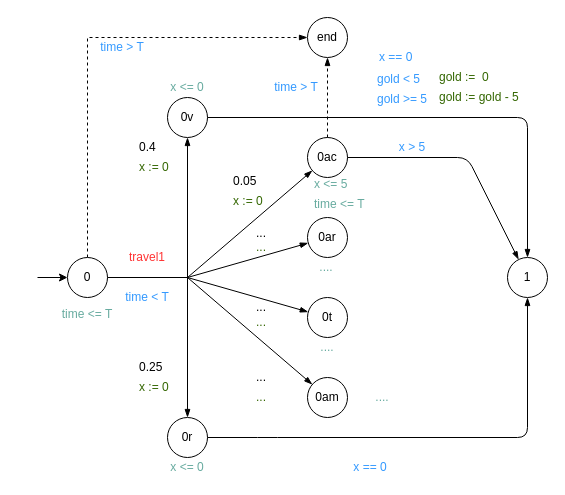
The draw.io diagram doc/img/simple_model_pta_event.drawio in Reynault/Model_Checking, before the edit. Source tidied: cells renumbered, new cells numbered last; positions are measured from the earlier drawing's top-left corner, leaving out a move shared by most shapes. Both pictures are drawn from the tidied source at 100%, with x=0, y=0 at pixel (37, 17).
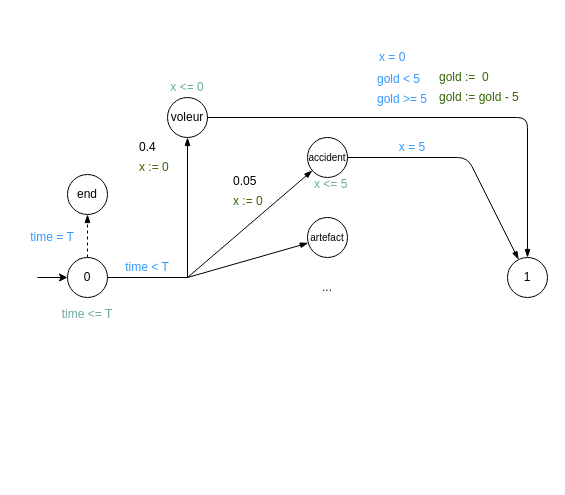
The same diagram, later.

Unchanged cells that the change refers to:
```xml
<mxCell id="3" value="0" style="ellipse;whiteSpace=wrap;html=1;" parent="1" vertex="1">
  <mxGeometry x="30" y="240" width="40" height="40" as="geometry" />
</mxCell>
<mxCell id="26" value="1" style="ellipse;whiteSpace=wrap;html=1;" parent="1" vertex="1">
  <mxGeometry x="470" y="240" width="40" height="40" as="geometry" />
</mxCell>
```

What changed in the source:
```diff
@@
     <mxCell id="2" style="edgeStyle=orthogonalEdgeStyle;rounded=0;jettySize=auto;html=1;dashed=1;endArrow=blockThin;endFill=1;fontColor=#336600;" parent="1" edge="1" source="3" target="36">
       <mxGeometry relative="1" as="geometry">
         <Array as="points">
-          <mxPoint x="50" y="20" />
+          <mxPoint x="50" y="200" />
+          <mxPoint x="50" y="200" />
         </Array>
       </mxGeometry>
     </mxCell>
@@
-    <mxCell id="6" value="travel1" style="text;html=1;strokeColor=none;fillColor=none;align=center;verticalAlign=middle;whiteSpace=wrap;rounded=0;fontColor=#FF3333;" parent="1" vertex="1">
-      <mxGeometry x="90" y="230" width="40" height="20" as="geometry" />
-    </mxCell>
@@
-    <mxCell id="10" style="endArrow=blockThin;html=1;endFill=1;" parent="1" edge="1" target="16">
-      <mxGeometry relative="1" as="geometry">
-        <mxPoint x="150" y="260" as="sourcePoint" />
-      </mxGeometry>
-    </mxCell>
-    <mxCell id="11" style="endArrow=blockThin;html=1;endFill=1;" parent="1" edge="1" target="18">
-      <mxGeometry relative="1" as="geometry">
-        <mxPoint x="150" y="260" as="sourcePoint" />
-      </mxGeometry>
-    </mxCell>
-    <mxCell id="12" style="endArrow=blockThin;html=1;endFill=1;" parent="1" edge="1" target="17">
-      <mxGeometry relative="1" as="geometry">
-        <mxPoint x="150" y="260" as="sourcePoint" />
-      </mxGeometry>
-    </mxCell>
-    <mxCell id="13" value="0v" style="ellipse;whiteSpace=wrap;html=1;" parent="1" vertex="1">
+    <mxCell id="13" value="voleur" style="ellipse;whiteSpace=wrap;html=1;" parent="1" vertex="1">
       <mxGeometry x="130" y="80" width="40" height="40" as="geometry" />
     </mxCell>
-    <mxCell id="14" value="0ac" style="ellipse;whiteSpace=wrap;html=1;" parent="1" vertex="1">
+    <mxCell id="14" value="accident" style="ellipse;whiteSpace=wrap;html=1;fontSize=10;" parent="1" vertex="1">
       <mxGeometry x="270" y="120" width="40" height="40" as="geometry" />
     </mxCell>
-    <mxCell id="15" value="0ar" style="ellipse;whiteSpace=wrap;html=1;" parent="1" vertex="1">
+    <mxCell id="15" value="artefact" style="ellipse;whiteSpace=wrap;html=1;fontSize=10;" parent="1" vertex="1">
       <mxGeometry x="270" y="200" width="40" height="40" as="geometry" />
     </mxCell>
-    <mxCell id="16" value="0t" style="ellipse;whiteSpace=wrap;html=1;" parent="1" vertex="1">
-      <mxGeometry x="270" y="280" width="40" height="40" as="geometry" />
-    </mxCell>
-    <mxCell id="17" value="0am" style="ellipse;whiteSpace=wrap;html=1;" parent="1" vertex="1">
-      <mxGeometry x="270" y="360" width="40" height="40" as="geometry" />
-    </mxCell>
-    <mxCell id="18" value="0r" style="ellipse;whiteSpace=wrap;html=1;" parent="1" vertex="1">
-      <mxGeometry x="130" y="400" width="40" height="40" as="geometry" />
-    </mxCell>
@@
-    <mxCell id="21" value="..." style="text;html=1;strokeColor=none;fillColor=none;align=center;verticalAlign=middle;whiteSpace=wrap;rounded=0;" parent="1" vertex="1">
-      <mxGeometry x="204" y="206" width="40" height="20" as="geometry" />
-    </mxCell>
-    <mxCell id="22" value="..." style="text;html=1;strokeColor=none;fillColor=none;align=center;verticalAlign=middle;whiteSpace=wrap;rounded=0;" parent="1" vertex="1">
-      <mxGeometry x="204" y="280" width="40" height="20" as="geometry" />
-    </mxCell>
-    <mxCell id="23" value="..." style="text;html=1;strokeColor=none;fillColor=none;align=center;verticalAlign=middle;whiteSpace=wrap;rounded=0;" parent="1" vertex="1">
-      <mxGeometry x="204" y="350" width="40" height="20" as="geometry" />
-    </mxCell>
-    <mxCell id="24" value="0.25" style="text;html=1;strokeColor=none;fillColor=none;align=left;verticalAlign=middle;whiteSpace=wrap;rounded=0;" parent="1" vertex="1">
-      <mxGeometry x="100" y="340" width="40" height="20" as="geometry" />
-    </mxCell>
     <mxCell id="25" value="time &amp;lt; T" style="text;html=1;strokeColor=none;fillColor=none;align=center;verticalAlign=middle;whiteSpace=wrap;rounded=0;fontColor=#3399FF;" parent="1" vertex="1">
-      <mxGeometry x="85" y="270" width="50" height="20" as="geometry" />
+      <mxGeometry x="85" y="240" width="50" height="20" as="geometry" />
     </mxCell>
@@
-    <mxCell id="28" style="endArrow=blockThin;html=1;endFill=1;" parent="1" edge="1" source="18" target="26">
-      <mxGeometry relative="1" as="geometry">
-        <Array as="points">
-          <mxPoint x="230" y="420" />
-          <mxPoint x="490" y="420" />
-        </Array>
-      </mxGeometry>
-    </mxCell>
@@
-    <mxCell id="30" value="x == 0" style="text;html=1;strokeColor=none;fillColor=none;align=left;verticalAlign=middle;whiteSpace=wrap;rounded=0;fontColor=#3399FF;" parent="1" vertex="1">
+    <mxCell id="30" value="x = 0" style="text;html=1;strokeColor=none;fillColor=none;align=left;verticalAlign=middle;whiteSpace=wrap;rounded=0;fontColor=#3399FF;" parent="1" vertex="1">
       <mxGeometry x="340" y="30" width="40" height="20" as="geometry" />
     </mxCell>
@@
-    <mxCell id="32" value="x &amp;gt; 5" style="text;html=1;strokeColor=none;fillColor=none;align=center;verticalAlign=middle;whiteSpace=wrap;rounded=0;fontColor=#3399FF;" parent="1" vertex="1">
+    <mxCell id="32" value="x = 5" style="text;html=1;strokeColor=none;fillColor=none;align=center;verticalAlign=middle;whiteSpace=wrap;rounded=0;fontColor=#3399FF;" parent="1" vertex="1">
       <mxGeometry x="340" y="120" width="70" height="20" as="geometry" />
     </mxCell>
@@
-    <mxCell id="35" value="time &amp;lt;= T" style="text;html=1;strokeColor=none;fillColor=none;align=left;verticalAlign=middle;whiteSpace=wrap;rounded=0;fontColor=#67AB9F;" parent="1" vertex="1">
-      <mxGeometry x="275" y="177" width="70" height="20" as="geometry" />
-    </mxCell>
     <mxCell id="36" value="end" style="ellipse;whiteSpace=wrap;html=1;" parent="1" vertex="1">
-      <mxGeometry x="270" width="40" height="40" as="geometry" />
+      <mxGeometry x="30" y="157" width="40" height="40" as="geometry" />
     </mxCell>
-    <mxCell id="37" style="endArrow=blockThin;html=1;endFill=1;dashed=1;" parent="1" edge="1" source="14" target="36">
-      <mxGeometry relative="1" as="geometry" />
-    </mxCell>
@@
-    <mxCell id="39" value="time &amp;gt; T" style="text;html=1;strokeColor=none;fillColor=none;align=center;verticalAlign=middle;whiteSpace=wrap;rounded=0;fontColor=#3399FF;" parent="1" vertex="1">
-      <mxGeometry x="50" y="20" width="70" height="20" as="geometry" />
+    <mxCell id="39" value="time = T" style="text;html=1;strokeColor=none;fillColor=none;align=center;verticalAlign=middle;whiteSpace=wrap;rounded=0;fontColor=#3399FF;" parent="1" vertex="1">
+      <mxGeometry x="-20" y="210" width="70" height="20" as="geometry" />
     </mxCell>
-    <mxCell id="40" value="time &amp;gt; T" style="text;html=1;strokeColor=none;fillColor=none;align=center;verticalAlign=middle;whiteSpace=wrap;rounded=0;fontColor=#3399FF;" parent="1" vertex="1">
-      <mxGeometry x="224" y="60" width="70" height="20" as="geometry" />
-    </mxCell>
@@
-    <mxCell id="43" value="..." style="text;html=1;strokeColor=none;fillColor=none;align=center;verticalAlign=middle;whiteSpace=wrap;rounded=0;labelBackgroundColor=none;fontColor=#336600;" parent="1" vertex="1">
-      <mxGeometry x="194" y="220" width="60" height="20" as="geometry" />
-    </mxCell>
@@
-    <mxCell id="48" value="..." style="text;html=1;strokeColor=none;fillColor=none;align=center;verticalAlign=middle;whiteSpace=wrap;rounded=0;labelBackgroundColor=none;fontColor=#336600;" parent="1" vertex="1">
-      <mxGeometry x="194" y="295" width="60" height="20" as="geometry" />
-    </mxCell>
-    <mxCell id="49" value="..." style="text;html=1;strokeColor=none;fillColor=none;align=center;verticalAlign=middle;whiteSpace=wrap;rounded=0;labelBackgroundColor=none;fontColor=#336600;" parent="1" vertex="1">
-      <mxGeometry x="194" y="370" width="60" height="20" as="geometry" />
-    </mxCell>
-    <mxCell id="50" value="x := 0" style="text;html=1;strokeColor=none;fillColor=none;align=left;verticalAlign=middle;whiteSpace=wrap;rounded=0;labelBackgroundColor=none;fontColor=#336600;" parent="1" vertex="1">
-      <mxGeometry x="100" y="360" width="60" height="20" as="geometry" />
-    </mxCell>
-    <mxCell id="51" value="...." style="text;html=1;strokeColor=none;fillColor=none;align=center;verticalAlign=middle;whiteSpace=wrap;rounded=0;fontColor=#67AB9F;" parent="1" vertex="1">
-      <mxGeometry x="255" y="320" width="70" height="20" as="geometry" />
-    </mxCell>
-    <mxCell id="52" value="x &amp;lt;= 0" style="text;html=1;strokeColor=none;fillColor=none;align=center;verticalAlign=middle;whiteSpace=wrap;rounded=0;fontColor=#67AB9F;" parent="1" vertex="1">
-      <mxGeometry x="115" y="440" width="70" height="20" as="geometry" />
-    </mxCell>
-    <mxCell id="53" value="x == 0" style="text;html=1;strokeColor=none;fillColor=none;align=center;verticalAlign=middle;whiteSpace=wrap;rounded=0;fontColor=#3399FF;" parent="1" vertex="1">
-      <mxGeometry x="298" y="440" width="70" height="20" as="geometry" />
-    </mxCell>
-    <mxCell id="54" value="...." style="text;html=1;strokeColor=none;fillColor=none;align=center;verticalAlign=middle;whiteSpace=wrap;rounded=0;fontColor=#67AB9F;" parent="1" vertex="1">
-      <mxGeometry x="310" y="370" width="70" height="20" as="geometry" />
-    </mxCell>
-    <mxCell id="55" value="...." style="text;html=1;strokeColor=none;fillColor=none;align=center;verticalAlign=middle;whiteSpace=wrap;rounded=0;fontColor=#67AB9F;" parent="1" vertex="1">
-      <mxGeometry x="254" y="240" width="70" height="20" as="geometry" />
-    </mxCell>
+    <mxCell id="56" value="..." style="text;html=1;strokeColor=none;fillColor=none;align=center;verticalAlign=middle;whiteSpace=wrap;rounded=0;fontColor=#242424;" parent="1" vertex="1">
+      <mxGeometry x="270" y="260" width="40" height="20" as="geometry" />
+    </mxCell>
```
